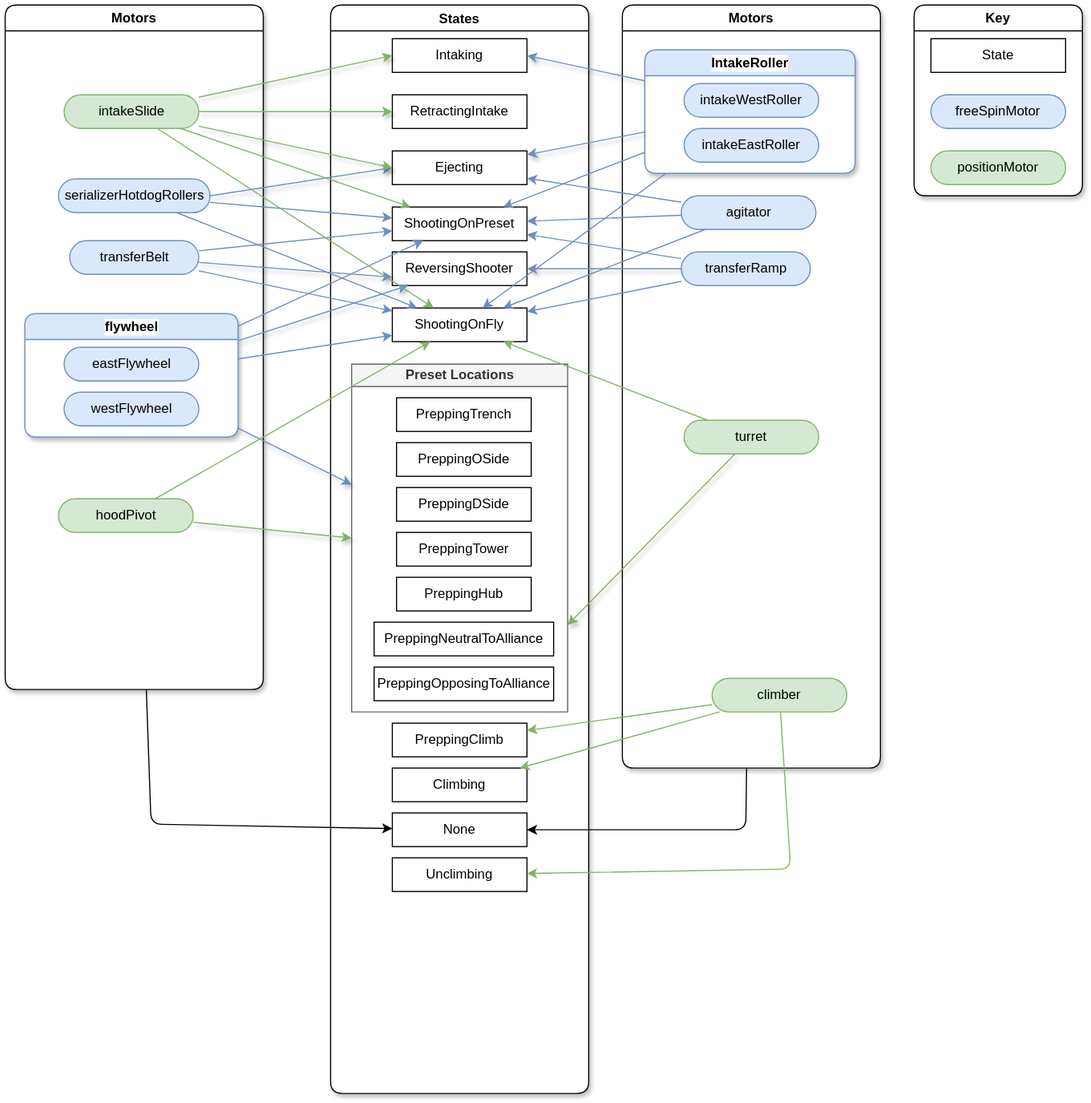
FRCTeam3255/2026_Offbot_Code keeps this draw.io diagram as design/motors_and_states.drawio.svg. Above is the earlier version. Source tidied: cells renumbered, new cells last; positions are measured from the earlier drawing's top-left corner, leaving out a move shared by most shapes.
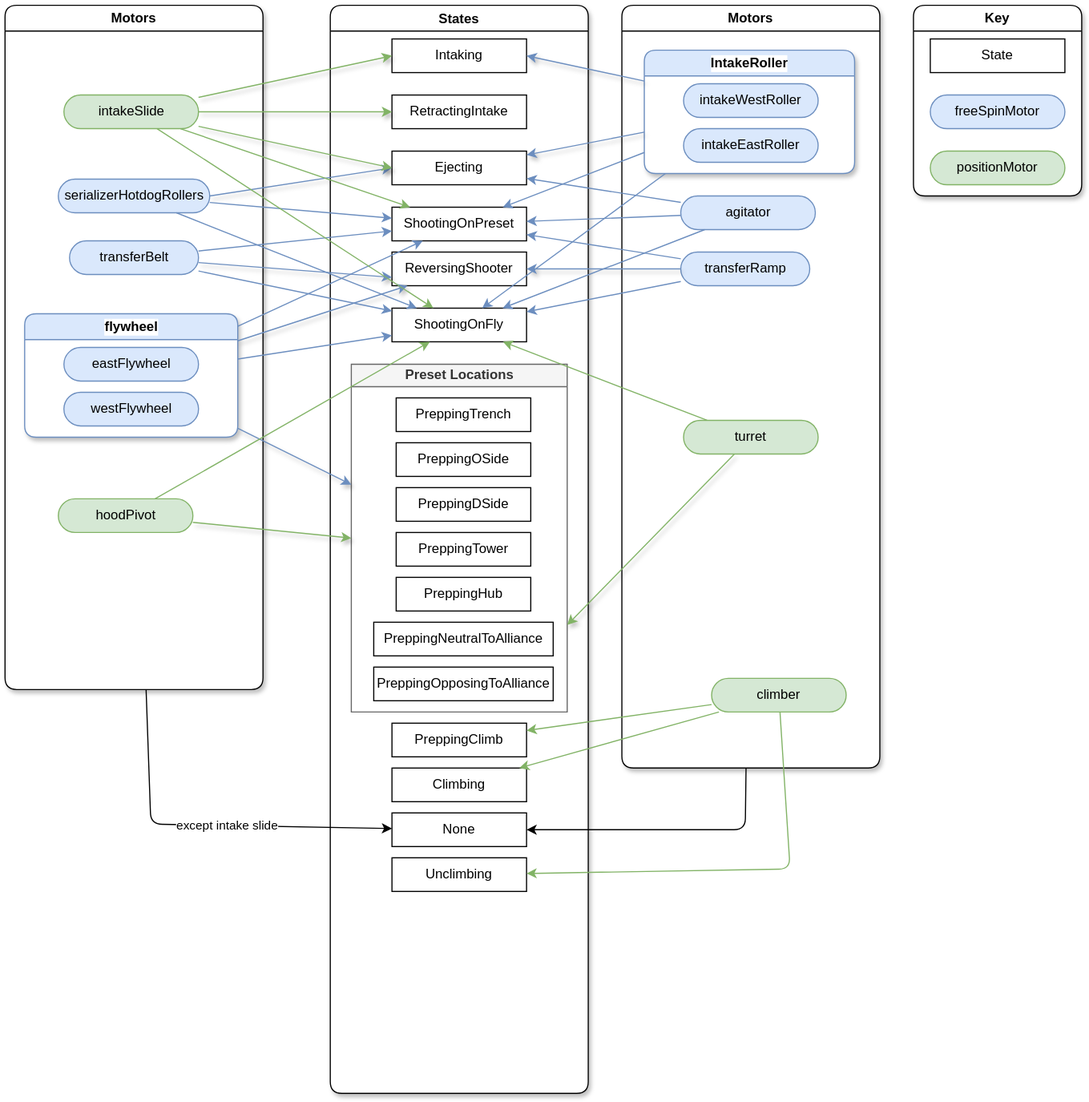
The same file after the commit.

The edit, as a diff of the source:
```diff
@@ -109,6 +109,9 @@
         </Array>
       </mxGeometry>
     </mxCell>
+    <mxCell id="75" value="except intake slide" style="edgeLabel;html=1;align=center;verticalAlign=middle;" parent="34" vertex="1">
+      <mxGeometry x="0.12" y="1" relative="1" as="geometry" />
+    </mxCell>
     <mxCell id="35" value="Motors" style="swimlane;whiteSpace=wrap;html=1;swimlaneFillColor=default;swimlaneLine=1;glass=0;rounded=1;shadow=1;" parent="1" vertex="1">
       <mxGeometry width="230" height="610" as="geometry" />
     </mxCell>
```
